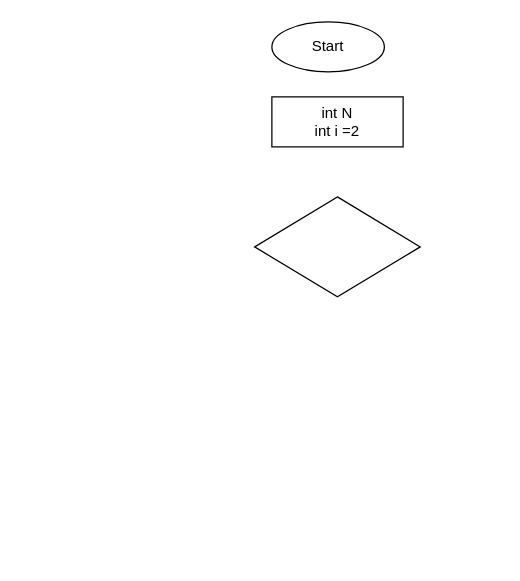
dilyaK/PracticeGB keeps this draw.io diagram as task004/diagram.drawio. Above is the earlier version. Source tidied: cells renumbered, new cells numbered last; positions are measured from the earlier drawing's top-left corner, leaving out a move shared by most shapes. Both pictures are drawn from the tidied source at 125%, with x=0, y=0 at pixel (254, 21).
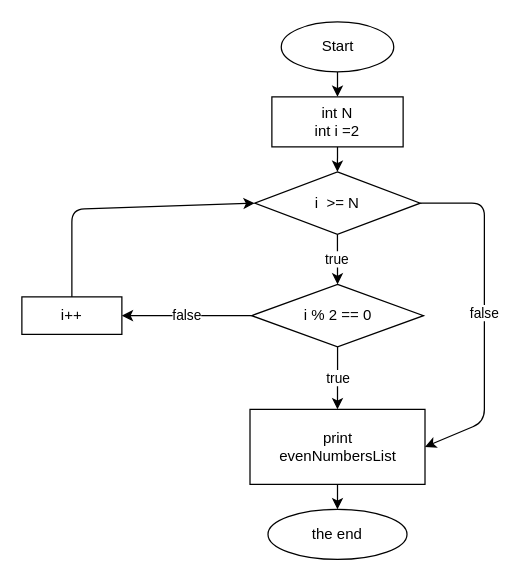
The same page after the edit.

Diff of the diagram source:
```diff
@@
 <mxGraphModel>
   <root>
     <mxCell id="0" />
     <mxCell id="1" parent="0" />
+    <mxCell id="5" style="edgeStyle=none;html=1;exitX=0.5;exitY=1;exitDx=0;exitDy=0;entryX=0.5;entryY=0;entryDx=0;entryDy=0;" parent="1" edge="1" source="2" target="3">
+      <mxGeometry relative="1" as="geometry" />
+    </mxCell>
     <mxCell id="2" value="Start" style="ellipse;whiteSpace=wrap;html=1;" parent="1" vertex="1">
-      <mxGeometry x="14" width="90" height="40" as="geometry" />
+      <mxGeometry x="21.5" width="90" height="40" as="geometry" />
     </mxCell>
+    <mxCell id="6" style="edgeStyle=none;html=1;exitX=0.5;exitY=1;exitDx=0;exitDy=0;entryX=0.5;entryY=0;entryDx=0;entryDy=0;" parent="1" edge="1" source="3" target="4">
+      <mxGeometry relative="1" as="geometry" />
+    </mxCell>
     <mxCell id="3" value="int N&lt;br&gt;int i =2" style="rounded=0;whiteSpace=wrap;html=1;" parent="1" vertex="1">
       <mxGeometry x="14" y="60" width="105" height="40" as="geometry" />
     </mxCell>
+    <mxCell id="7" value="true" style="edgeStyle=none;html=1;exitX=0.5;exitY=1;exitDx=0;exitDy=0;" parent="1" edge="1" source="4" target="11">
+      <mxGeometry relative="1" as="geometry" />
+    </mxCell>
+    <mxCell id="8" value="false" style="edgeStyle=none;html=1;exitX=1;exitY=0.5;exitDx=0;exitDy=0;entryX=0.5;entryY=0;entryDx=0;entryDy=0;" parent="1" edge="1" source="4" target="13">
+      <mxGeometry relative="1" as="geometry">
+        <Array as="points">
+          <mxPoint x="184" y="145" />
+          <mxPoint x="184" y="320" />
+        </Array>
+      </mxGeometry>
+    </mxCell>
-    <mxCell id="4" style="rhombus;whiteSpace=wrap;html=1;" parent="1" vertex="1">
-      <mxGeometry x="0.2" y="140" width="132.5" height="80" as="geometry" />
+    <mxCell id="4" value="i&amp;nbsp; &amp;gt;= N" style="rhombus;whiteSpace=wrap;html=1;" parent="1" vertex="1">
+      <mxGeometry x="0.2" y="120" width="132.5" height="50" as="geometry" />
     </mxCell>
+    <mxCell id="9" value="true&lt;br&gt;" style="edgeStyle=none;html=1;exitX=0.5;exitY=1;exitDx=0;exitDy=0;entryX=0;entryY=0.5;entryDx=0;entryDy=0;" parent="1" edge="1" source="11" target="13">
+      <mxGeometry relative="1" as="geometry" />
+    </mxCell>
+    <mxCell id="10" value="false&lt;br&gt;" style="edgeStyle=none;html=1;exitX=0;exitY=0.5;exitDx=0;exitDy=0;entryX=1;entryY=0.5;entryDx=0;entryDy=0;" parent="1" edge="1" source="11" target="16">
+      <mxGeometry relative="1" as="geometry" />
+    </mxCell>
+    <mxCell id="11" value="i % 2 == 0" style="rhombus;whiteSpace=wrap;html=1;" parent="1" vertex="1">
+      <mxGeometry x="-2.2" y="210" width="137.5" height="50" as="geometry" />
+    </mxCell>
+    <mxCell id="12" style="edgeStyle=none;html=1;exitX=1;exitY=0.5;exitDx=0;exitDy=0;entryX=0.5;entryY=0;entryDx=0;entryDy=0;" parent="1" edge="1" source="13" target="14">
+      <mxGeometry relative="1" as="geometry" />
+    </mxCell>
+    <mxCell id="13" value="print&lt;br&gt;evenNumbersList" style="rounded=0;whiteSpace=wrap;html=1;direction=south;" parent="1" vertex="1">
+      <mxGeometry x="-3.5" y="310" width="140" height="60" as="geometry" />
+    </mxCell>
+    <mxCell id="14" value="the end" style="ellipse;whiteSpace=wrap;html=1;" parent="1" vertex="1">
+      <mxGeometry x="10.9" y="390" width="111.2" height="40" as="geometry" />
+    </mxCell>
+    <mxCell id="15" style="edgeStyle=none;html=1;exitX=0.5;exitY=0;exitDx=0;exitDy=0;entryX=0;entryY=0.5;entryDx=0;entryDy=0;" parent="1" edge="1" source="16" target="4">
+      <mxGeometry relative="1" as="geometry">
+        <Array as="points">
+          <mxPoint x="-146" y="150" />
+        </Array>
+      </mxGeometry>
+    </mxCell>
+    <mxCell id="16" value="i++" style="rounded=0;whiteSpace=wrap;html=1;" parent="1" vertex="1">
+      <mxGeometry x="-186" y="220" width="80" height="30" as="geometry" />
+    </mxCell>
   </root>
 </mxGraphModel>
```
